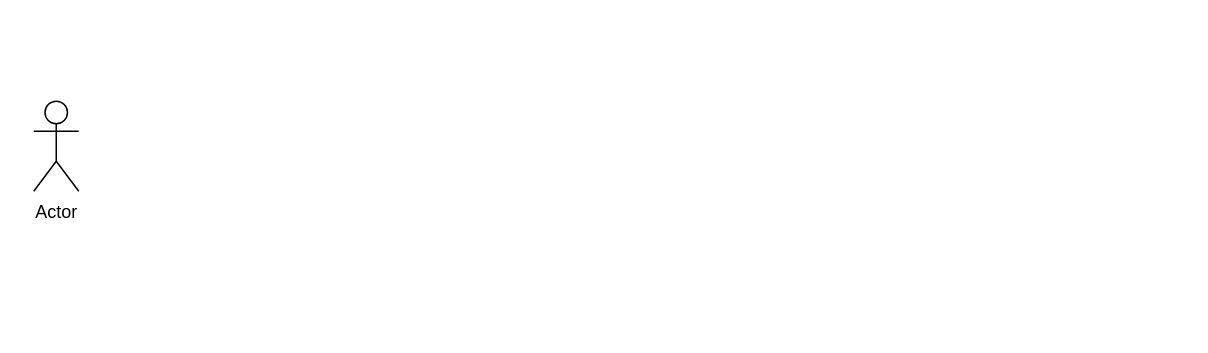
The draw.io diagram DB.drawio in DeLioXis/DB-Kursed, before the edit. Source tidied: cells renumbered, new cells numbered last; positions are measured from the earlier drawing's top-left corner, leaving out a move shared by most shapes. Both pictures are drawn from the tidied source at 150%, with x=0, y=0 at pixel (33, 100).
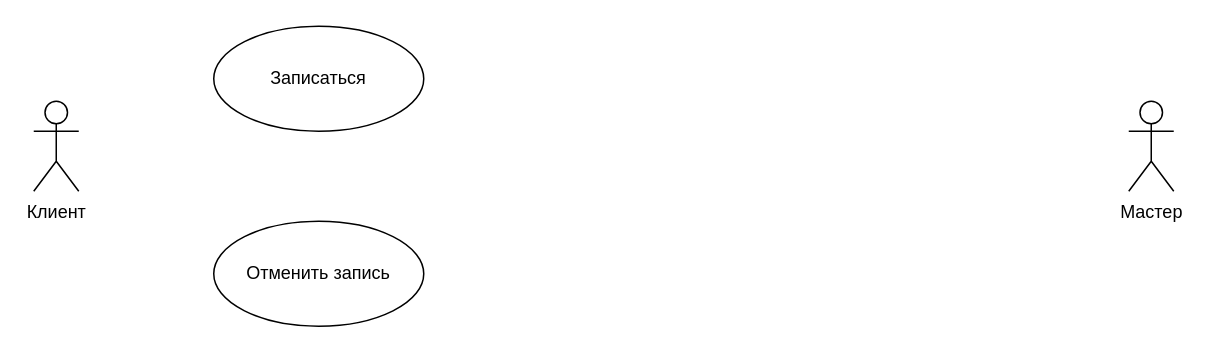
The same page after the edit.

What changed in the source:
```diff
@@
 <mxGraphModel>
   <root>
     <mxCell id="0" />
     <mxCell id="1" parent="0" />
-    <mxCell id="2" value="Actor" style="shape=umlActor;verticalLabelPosition=bottom;verticalAlign=top;html=1;" parent="1" vertex="1">
+    <mxCell id="2" value="Клиент" style="shape=umlActor;verticalLabelPosition=bottom;verticalAlign=top;html=1;" parent="1" vertex="1">
       <mxGeometry width="30" height="60" as="geometry" />
     </mxCell>
+    <mxCell id="3" value="Мастер" style="shape=umlActor;verticalLabelPosition=bottom;verticalAlign=top;html=1;" parent="1" vertex="1">
+      <mxGeometry x="730" width="30" height="60" as="geometry" />
+    </mxCell>
+    <mxCell id="4" value="Записаться" style="ellipse;whiteSpace=wrap;html=1;" parent="1" vertex="1">
+      <mxGeometry x="120" y="-50" width="140" height="70" as="geometry" />
+    </mxCell>
+    <mxCell id="5" value="Отменить запись" style="ellipse;whiteSpace=wrap;html=1;" parent="1" vertex="1">
+      <mxGeometry x="120" y="80" width="140" height="70" as="geometry" />
+    </mxCell>
   </root>
 </mxGraphModel>
```
